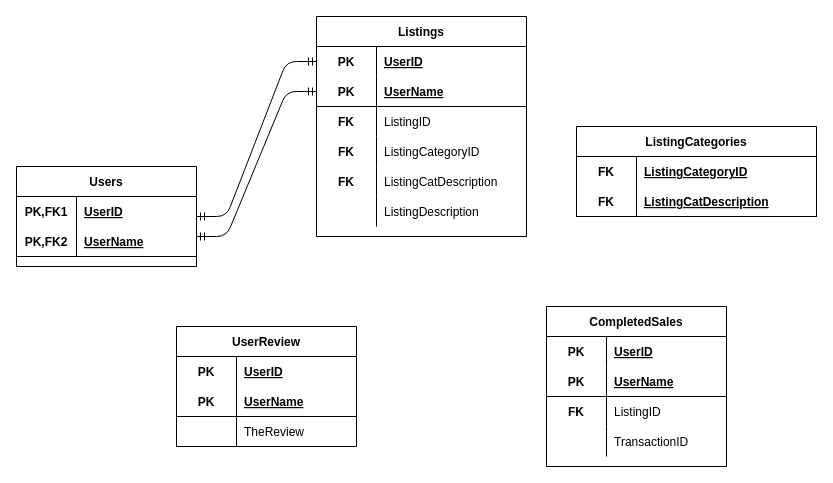
sflaherty50/Spring-Boot-Final keeps this draw.io diagram as Untitled Diagram.drawio. Above is the earlier version. Source tidied: cells renumbered, new cells numbered last; positions are measured from the earlier drawing's top-left corner, leaving out a move shared by most shapes. Both pictures are drawn from the tidied source at 100%, with x=0, y=0 at pixel (16, 16).
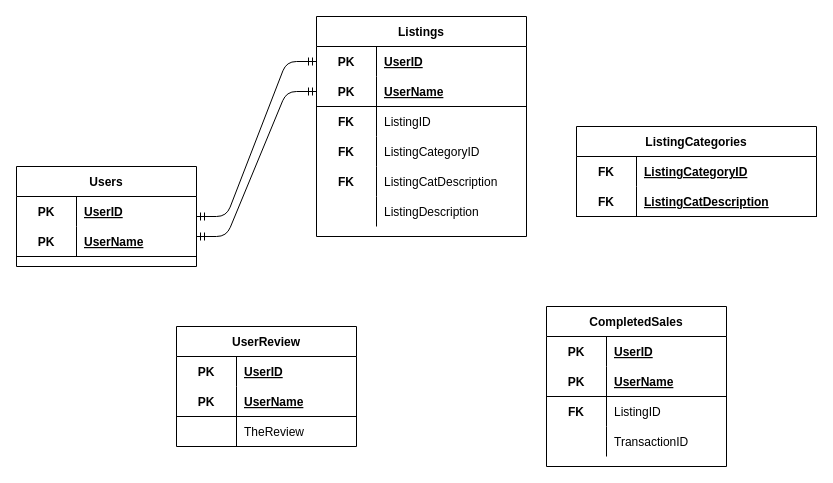
Above is the later version.

The change refers to these unchanged cells:
```xml
<mxCell id="13" style="shape=partialRectangle;fillColor=none;top=0;left=0;bottom=0;right=0;" parent="12" vertex="1">
  <mxGeometry y="30" width="180" height="30" as="geometry" />
</mxCell>
<mxCell id="16" style="shape=partialRectangle;fillColor=none;top=0;left=0;bottom=1;right=0;" parent="12" vertex="1">
  <mxGeometry y="60" width="180" height="30" as="geometry" />
</mxCell>
```

The edit, as a diff of the source:
```diff
@@
-    <mxCell id="14" value="PK,FK1" style="shape=partialRectangle;fillColor=none;top=0;left=0;bottom=0;right=0;fontStyle=1;overflow=hidden;" parent="13" vertex="1">
+    <mxCell id="14" value="PK" style="shape=partialRectangle;fillColor=none;top=0;left=0;bottom=0;right=0;fontStyle=1;overflow=hidden;" parent="13" vertex="1">
       <mxGeometry width="60" height="30" as="geometry" />
     </mxCell>
@@
-    <mxCell id="17" value="PK,FK2" style="shape=partialRectangle;fillColor=none;top=0;left=0;bottom=0;right=0;fontStyle=1;overflow=hidden;" parent="16" vertex="1">
+    <mxCell id="17" value="PK" style="shape=partialRectangle;fillColor=none;top=0;left=0;bottom=0;right=0;fontStyle=1;overflow=hidden;" parent="16" vertex="1">
       <mxGeometry width="60" height="30" as="geometry" />
     </mxCell>
```
